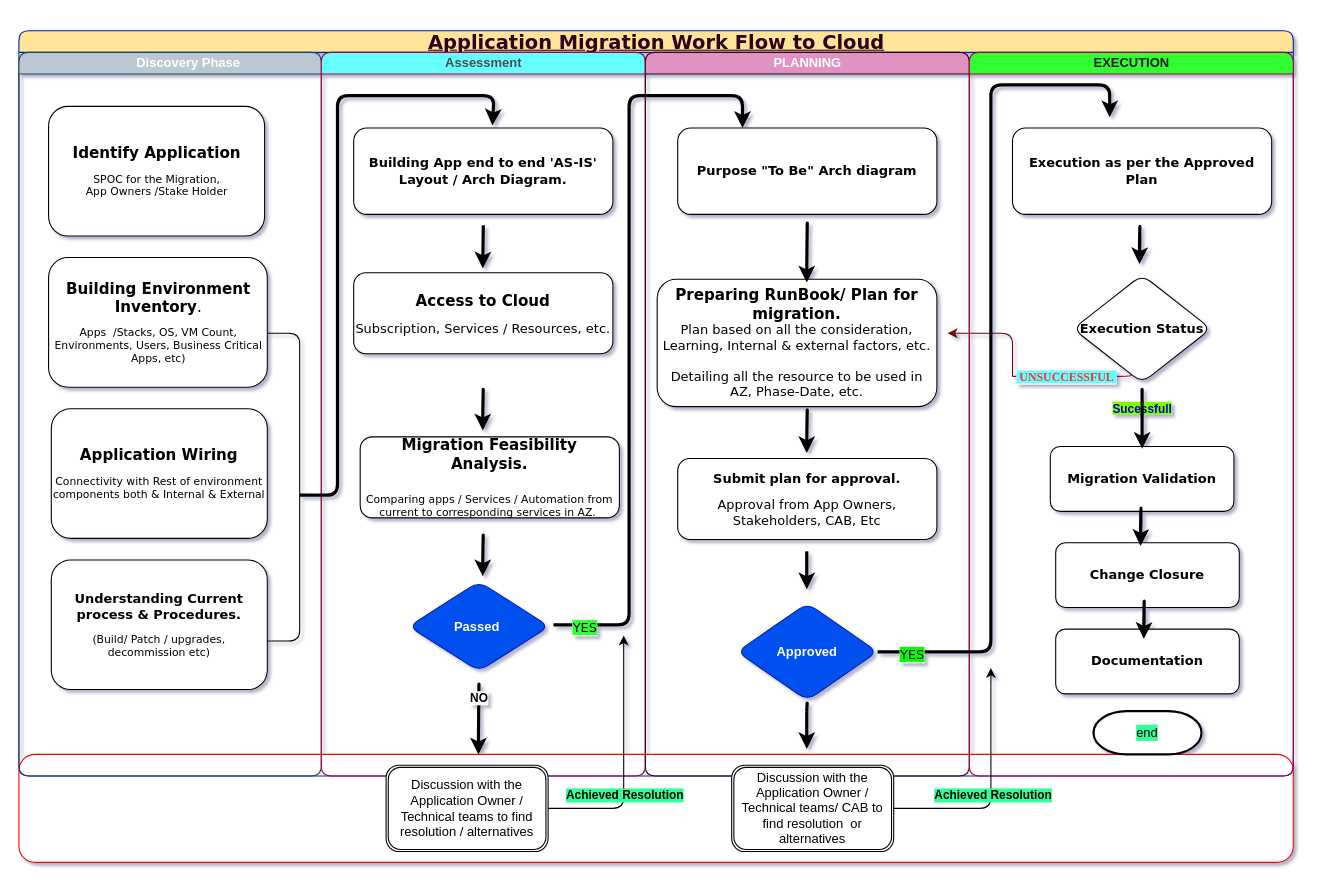
Above: 4 Phase Migration.drawio in chickoo213/resume (draw.io), before the change. Source tidied: cells renumbered, new cells numbered last; positions are measured from the earlier drawing's top-left corner, leaving out a move shared by most shapes. Both pictures are drawn from the tidied source at 108%, with x=0, y=0 at pixel (18, 30).
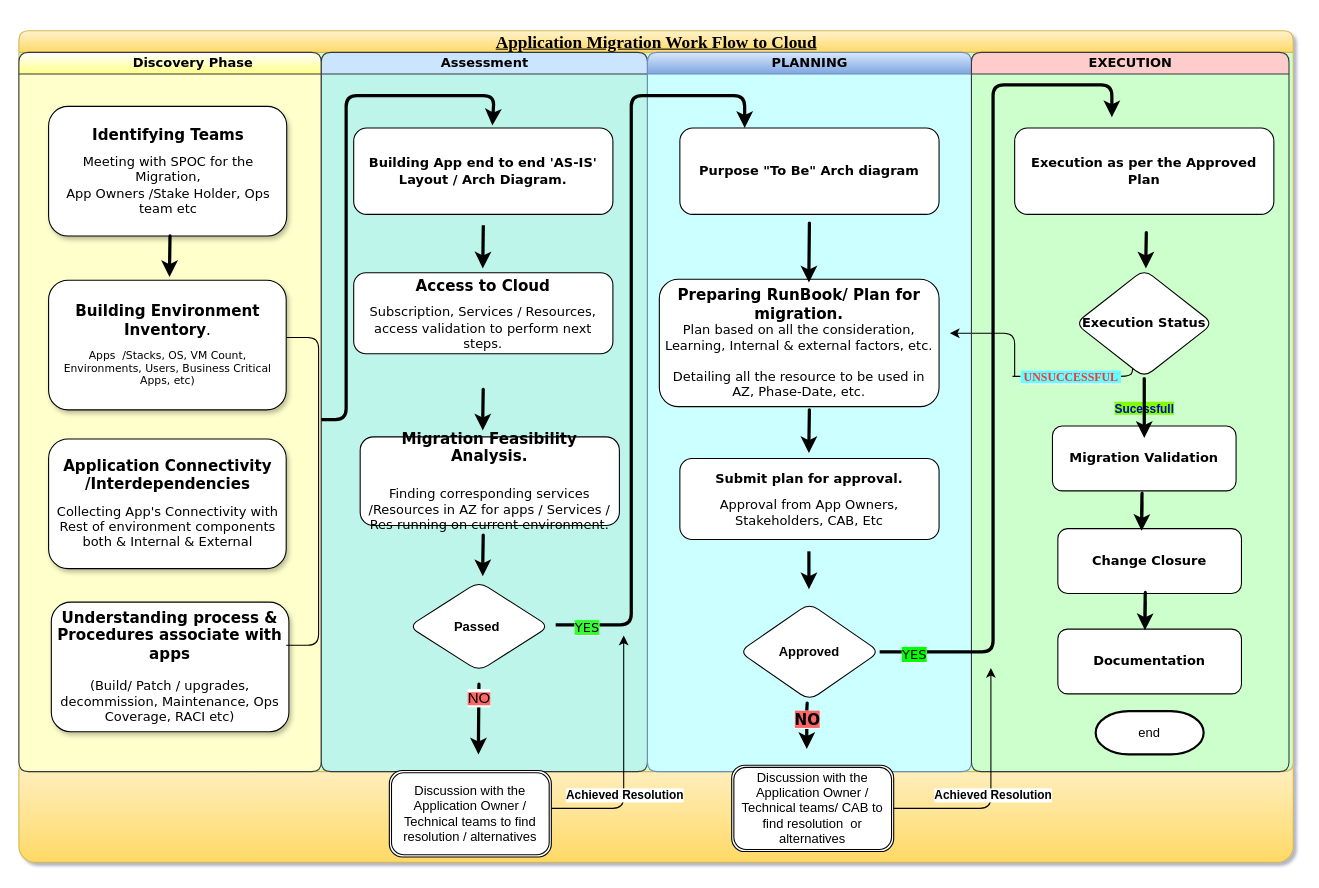
Above is the later version.

Commit message:
Colored background

The change refers to these unchanged cells:
```xml
<mxCell id="14" style="endArrow=classic;html=1;strokeWidth=3;" parent="11" edge="1">
  <mxGeometry relative="1" as="geometry">
    <mxPoint x="145.5" y="640" as="sourcePoint" />
    <mxPoint x="145.5" y="650" as="targetPoint" />
    <Array as="points">
      <mxPoint x="146" y="580" />
      <mxPoint x="145.5" y="640" />
    </Array>
  </mxGeometry>
</mxCell>
<mxCell id="16" value="&lt;b&gt;&lt;font style=&quot;font-size: 12px&quot;&gt;Building App end to end 'AS-IS' Layout / Arch Diagram.&lt;/font&gt;&lt;/b&gt;" style="whiteSpace=wrap;html=1;shadow=0;labelBackgroundColor=none;strokeWidth=1;fontFamily=Verdana;fontSize=8;align=center;rounded=1;" parent="11" vertex="1">
  <mxGeometry x="30" y="70" width="240" height="80" as="geometry" />
</mxCell>
<mxCell id="18" style="edgeStyle=segmentEdgeStyle;endArrow=classic;html=1;labelBorderColor=#33FF99;" parent="11" edge="1">
  <mxGeometry relative="1" as="geometry">
    <mxPoint x="200" y="710" as="sourcePoint" />
    <mxPoint x="280" y="540" as="targetPoint" />
    <Array as="points">
      <mxPoint x="200" y="700" />
      <mxPoint x="280" y="700" />
    </Array>
  </mxGeometry>
</mxCell>
<mxCell id="49" style="edgeStyle=segmentEdgeStyle;endArrow=classic;html=1;" parent="1" edge="1">
  <mxGeometry relative="1" as="geometry">
    <mxPoint x="800" y="730" as="sourcePoint" />
    <mxPoint x="900" y="590" as="targetPoint" />
    <Array as="points">
      <mxPoint x="800" y="720" />
      <mxPoint x="900" y="720" />
    </Array>
  </mxGeometry>
</mxCell>
```

Change to the diagram source:
```diff
@@
-<mxGraphModel background="#ffffff" shadow="1">
+<mxGraphModel background="#FFFFFF" shadow="1">
@@
-    <mxCell id="2" style="whiteSpace=wrap;html=1;strokeColor=#FF0000;rounded=1;" parent="1" vertex="1">
+    <mxCell id="2" style="whiteSpace=wrap;html=1;rounded=1;fillColor=#fff2cc;strokeColor=#d6b656;gradientColor=#ffd966;" parent="1" vertex="1">
       <mxGeometry y="670" width="1180" height="100" as="geometry" />
     </mxCell>
@@
-    <mxCell id="4" value="&lt;h1&gt;&lt;font style=&quot;font-size: 18px&quot;&gt;&lt;u&gt;Application Migration Work Flow to Cloud&lt;/u&gt;&lt;/font&gt;&lt;/h1&gt;" style="swimlane;html=1;startSize=20;shadow=0;labelBackgroundColor=none;strokeWidth=1;fontFamily=Verdana;fontSize=8;align=center;strokeColor=#001DBC;rounded=1;fillColor=#FFE599;fontColor=#33001A;" parent="1" vertex="1">
-      <mxGeometry width="1180" height="690" as="geometry" />
+    <mxCell id="4" value="&lt;h1 style=&quot;font-size: 16px;&quot;&gt;&lt;font style=&quot;font-size: 16px;&quot;&gt;&lt;u style=&quot;font-size: 16px;&quot;&gt;Application Migration Work Flow to Cloud&lt;/u&gt;&lt;/font&gt;&lt;/h1&gt;" style="swimlane;html=1;startSize=20;shadow=0;labelBackgroundColor=none;strokeWidth=1;fontFamily=Garamond;fontSize=16;align=center;rounded=1;gradientColor=#ffd966;fillColor=#fff2cc;strokeColor=#d6b656;verticalAlign=middle;swimlaneFillColor=#CCFFCC;" parent="1" vertex="1">
+      <mxGeometry width="1180" height="686" as="geometry" />
     </mxCell>
-    <mxCell id="5" value="&amp;nbsp; &amp;nbsp; &amp;nbsp; &amp;nbsp; &amp;nbsp; Discovery Phase" style="swimlane;html=1;startSize=20;align=center;fillColor=#bac8d3;labelBackgroundColor=none;rounded=1;strokeColor=#23445d;fontColor=#FFFFFF;" parent="4" vertex="1">
-      <mxGeometry y="20" width="280" height="670" as="geometry" />
+    <mxCell id="5" value="&amp;nbsp; &amp;nbsp; &amp;nbsp; &amp;nbsp; &amp;nbsp; Discovery Phase" style="swimlane;html=1;startSize=20;align=center;labelBackgroundColor=none;rounded=1;fillColor=#ffff88;strokeColor=#36393d;fontFamily=Verdana;gradientColor=#ffffff;gradientDirection=north;swimlaneFillColor=#FFFFCC;" parent="4" vertex="1">
+      <mxGeometry y="20" width="280" height="666" as="geometry" />
     </mxCell>
+    <mxCell id="9" value="&lt;b&gt;&lt;font style=&quot;font-size: 14px&quot;&gt;Understanding process &amp;amp; Procedures associate with apps&lt;/font&gt;&lt;font style=&quot;font-size: 12px&quot;&gt;&lt;br&gt;&lt;/font&gt;&lt;/b&gt;&lt;font style=&quot;font-size: 12px&quot;&gt;&lt;br&gt;&lt;font&gt;(Build/ Patch / upgrades, decommission, Maintenance, Ops Coverage, RACI etc)&lt;/font&gt;&lt;/font&gt;" style="whiteSpace=wrap;html=1;shadow=1;labelBackgroundColor=none;strokeWidth=1;fontFamily=Verdana;fontSize=8;align=center;rounded=1;" parent="5" vertex="1">
+      <mxGeometry x="30" y="509" width="220" height="120" as="geometry" />
+    </mxCell>
+    <mxCell id="8" value="&lt;font&gt;&lt;b&gt;&lt;font style=&quot;font-size: 14px&quot;&gt;Identifying Teams&lt;br&gt;&lt;/font&gt;&lt;br&gt;&lt;/b&gt;&lt;font style=&quot;font-size: 12px&quot;&gt;&lt;font&gt;Meeting with SPOC for the Migration,&lt;br&gt;&lt;/font&gt;&lt;font&gt;App Owners /Stake Holder, Ops team etc&lt;/font&gt;&lt;/font&gt;&lt;/font&gt;" style="whiteSpace=wrap;html=1;shadow=1;labelBackgroundColor=none;strokeWidth=1;fontFamily=Verdana;fontSize=8;align=center;rounded=1;" parent="5" vertex="1">
+      <mxGeometry x="27.5" y="50" width="220.5" height="120" as="geometry" />
+    </mxCell>
-    <mxCell id="6" value="&lt;b&gt;&lt;font style=&quot;font-size: 14px&quot;&gt;Application Wiring &lt;br&gt;&lt;/font&gt;&lt;/b&gt;&lt;br&gt;&lt;font style=&quot;font-size: 10px&quot;&gt;Connectivity with Rest of environment components both &amp;amp;&amp;nbsp;Internal &amp;amp; External&lt;/font&gt;" style="whiteSpace=wrap;html=1;shadow=0;labelBackgroundColor=none;strokeWidth=1;fontFamily=Verdana;fontSize=8;align=center;rounded=1;" parent="5" vertex="1">
-      <mxGeometry x="30" y="330" width="200" height="120" as="geometry" />
+    <mxCell id="6" value="&lt;b&gt;&lt;font style=&quot;font-size: 14px&quot;&gt;Application Connectivity /Interdependencies&lt;br&gt;&lt;/font&gt;&lt;/b&gt;&lt;br&gt;&lt;font style=&quot;font-size: 12px&quot;&gt;Collecting App's Connectivity with Rest of environment components both &amp;amp;&amp;nbsp;Internal &amp;amp; External&lt;/font&gt;" style="whiteSpace=wrap;html=1;shadow=1;labelBackgroundColor=none;strokeWidth=1;fontFamily=Verdana;fontSize=8;align=center;rounded=1;" parent="5" vertex="1">
+      <mxGeometry x="27.5" y="358" width="220" height="120" as="geometry" />
     </mxCell>
-    <mxCell id="7" value="&lt;font style=&quot;font-size: 14px&quot;&gt;&lt;b&gt;Building Environment Inventory&lt;/b&gt;.&lt;br&gt;&lt;/font&gt;&lt;br&gt;&lt;font style=&quot;font-size: 10px&quot;&gt;Apps&amp;nbsp; /Stacks, OS, VM Count, Environments, Users, Business Critical Apps, etc)&lt;/font&gt;" style="whiteSpace=wrap;html=1;shadow=0;labelBackgroundColor=none;strokeWidth=1;fontFamily=Verdana;fontSize=8;align=center;rounded=1;" parent="5" vertex="1">
-      <mxGeometry x="27.5" y="190" width="202.5" height="120" as="geometry" />
+    <mxCell id="7" value="&lt;font style=&quot;font-size: 14px&quot;&gt;&lt;b&gt;Building Environment Inventory&lt;/b&gt;.&lt;br&gt;&lt;/font&gt;&lt;br&gt;&lt;font style=&quot;font-size: 10px&quot;&gt;Apps&amp;nbsp; /Stacks, OS, VM Count, Environments, Users, Business Critical Apps, etc)&lt;/font&gt;" style="whiteSpace=wrap;html=1;shadow=1;labelBackgroundColor=none;strokeWidth=1;fontFamily=Verdana;fontSize=8;align=center;rounded=1;" parent="5" vertex="1">
+      <mxGeometry x="27.5" y="211" width="220" height="120" as="geometry" />
     </mxCell>
-    <mxCell id="8" value="&lt;font&gt;&lt;b&gt;&lt;font style=&quot;font-size: 14px&quot;&gt;Identify Application&lt;br&gt;&lt;/font&gt;&lt;br&gt;&lt;/b&gt;&lt;font style=&quot;font-size: 10px&quot;&gt;SPOC for the Migration,&lt;br&gt;&lt;/font&gt;&lt;font style=&quot;font-size: 10px&quot;&gt;App Owners /Stake Holder&lt;/font&gt;&lt;/font&gt;" style="whiteSpace=wrap;html=1;shadow=0;labelBackgroundColor=none;strokeWidth=1;fontFamily=Verdana;fontSize=8;align=center;rounded=1;" parent="5" vertex="1">
-      <mxGeometry x="27.5" y="50" width="200" height="120" as="geometry" />
-    </mxCell>
-    <mxCell id="9" value="&lt;b&gt;&lt;font style=&quot;font-size: 12px&quot;&gt;Understanding Current process &amp;amp; Procedures.&lt;br&gt;&lt;/font&gt;&lt;/b&gt;&lt;br&gt;&lt;font style=&quot;font-size: 10px&quot;&gt;(Build/ Patch / upgrades, decommission etc)&lt;/font&gt;" style="whiteSpace=wrap;html=1;shadow=0;labelBackgroundColor=none;strokeWidth=1;fontFamily=Verdana;fontSize=8;align=center;rounded=1;" parent="5" vertex="1">
-      <mxGeometry x="30" y="470" width="200" height="120" as="geometry" />
-    </mxCell>
     <mxCell id="10" style="shape=curlyBracket;whiteSpace=wrap;html=1;size=0;rotation=-180;rounded=1;" parent="5" vertex="1">
-      <mxGeometry x="230" y="260" width="30" height="285" as="geometry" />
+      <mxGeometry x="247.5" y="264" width="30" height="285" as="geometry" />
     </mxCell>
-    <mxCell id="11" value="Assessment" style="swimlane;html=1;startSize=20;align=center;strokeColor=#A50040;rounded=1;fillColor=#66FFFF;fontColor=#4D4D4D;" parent="4" vertex="1">
-      <mxGeometry x="280" y="20" width="300" height="670" as="geometry" />
+    <mxCell id="11" value="Assessment" style="swimlane;html=1;startSize=20;align=center;rounded=1;fillColor=#cce5ff;strokeColor=#36393d;fontFamily=Verdana;swimlaneFillColor=#BDF5EB;" parent="4" vertex="1">
+      <mxGeometry x="280" y="20" width="302" height="666" as="geometry" />
     </mxCell>
     <mxCell id="12" style="endArrow=classic;html=1;strokeWidth=3;entryX=0.535;entryY=-0.03;entryDx=0;entryDy=0;entryPerimeter=0;" parent="11" edge="1" target="16">
       <mxGeometry relative="1" as="geometry">
-        <mxPoint x="-20" y="410" as="sourcePoint" />
+        <mxPoint y="340" as="sourcePoint" />
         <Array as="points">
-          <mxPoint x="15" y="410" />
-          <mxPoint x="15" y="40" />
+          <mxPoint x="23" y="340" />
+          <mxPoint x="23" y="40" />
           <mxPoint x="160" y="40" />
         </Array>
       </mxGeometry>
     </mxCell>
@@
-    <mxCell id="15" value="&lt;b&gt;NO&lt;/b&gt;" style="edgeLabel;html=1;align=center;verticalAlign=middle;rounded=1;" parent="14" vertex="1">
+    <mxCell id="15" value="&lt;span style=&quot;background-color: rgb(255 , 102 , 102)&quot;&gt;&lt;font style=&quot;font-size: 14px&quot;&gt;NO&lt;/font&gt;&lt;/span&gt;" style="edgeLabel;html=1;align=center;verticalAlign=middle;rounded=1;" parent="14" vertex="1">
       <mxGeometry x="-0.34" relative="1" as="geometry" />
     </mxCell>
@@
-    <mxCell id="19" value="&lt;b&gt;Achieved Resolution&lt;/b&gt;" style="edgeLabel;html=1;align=center;verticalAlign=middle;labelBackgroundColor=#33FF99;rounded=1;" parent="18" vertex="1">
+    <mxCell id="19" value="&lt;b&gt;Achieved Resolution&lt;/b&gt;" style="edgeLabel;html=1;align=center;verticalAlign=middle;rounded=1;" parent="18" vertex="1">
       <mxGeometry x="-0.44" relative="1" as="geometry">
         <mxPoint x="20" y="-13" as="offset" />
       </mxGeometry>
     </mxCell>
-    <mxCell id="20" value="&lt;b&gt;Passed&amp;nbsp;&lt;/b&gt;" style="rhombus;whiteSpace=wrap;html=1;strokeColor=#001DBC;fillColor=#0050ef;fontColor=#ffffff;rounded=1;" parent="11" vertex="1">
+    <mxCell id="20" value="&lt;b&gt;Passed&amp;nbsp;&lt;/b&gt;" style="rhombus;whiteSpace=wrap;html=1;rounded=1;" parent="11" vertex="1">
       <mxGeometry x="81" y="490" width="130" height="83" as="geometry" />
     </mxCell>
-    <mxCell id="21" value="&lt;font style=&quot;font-size: 14px&quot;&gt;&lt;b&gt;Migration Feasibility Analysis.&lt;/b&gt;&lt;br&gt;&lt;/font&gt;&lt;br&gt;&lt;br&gt;&lt;font style=&quot;font-size: 10px&quot;&gt;Comparing apps / Services / Automation from current to corresponding services in AZ.&amp;nbsp;&lt;/font&gt;" style="whiteSpace=wrap;html=1;shadow=0;labelBackgroundColor=none;strokeWidth=1;fontFamily=Verdana;fontSize=8;align=center;rounded=1;" parent="11" vertex="1">
-      <mxGeometry x="36" y="356" width="240" height="75" as="geometry" />
+    <mxCell id="21" value="&lt;font style=&quot;font-size: 14px&quot;&gt;&lt;b&gt;Migration Feasibility Analysis.&lt;/b&gt;&lt;br&gt;&lt;/font&gt;&lt;br&gt;&lt;br&gt;&lt;font style=&quot;font-size: 12px&quot;&gt;Finding corresponding services /Resources in AZ for&amp;nbsp;apps / Services / Res running on current environment.&lt;/font&gt;" style="whiteSpace=wrap;html=1;shadow=0;labelBackgroundColor=none;strokeWidth=1;fontFamily=Verdana;fontSize=8;align=center;rounded=1;" parent="11" vertex="1">
+      <mxGeometry x="36" y="356" width="240" height="82" as="geometry" />
     </mxCell>
-    <mxCell id="22" value="&lt;font&gt;&lt;font style=&quot;font-size: 14px&quot;&gt;&lt;b&gt;Access to Cloud&lt;/b&gt;&lt;br&gt;&lt;/font&gt;&lt;br&gt;&lt;span style=&quot;font-size: 12px&quot;&gt;Subscription, Services / Resources, etc.&lt;/span&gt;&lt;br&gt;&lt;/font&gt;" style="whiteSpace=wrap;html=1;shadow=0;labelBackgroundColor=none;strokeWidth=1;fontFamily=Verdana;fontSize=8;align=center;rounded=1;" parent="11" vertex="1">
+    <mxCell id="22" value="&lt;font&gt;&lt;font style=&quot;font-size: 14px&quot;&gt;&lt;b&gt;Access to Cloud&lt;/b&gt;&lt;br&gt;&lt;/font&gt;&lt;br&gt;&lt;span style=&quot;font-size: 12px&quot;&gt;Subscription, Services / Resources, access validation to perform next steps.&lt;/span&gt;&lt;br&gt;&lt;/font&gt;" style="whiteSpace=wrap;html=1;shadow=0;labelBackgroundColor=none;strokeWidth=1;fontFamily=Verdana;fontSize=8;align=center;rounded=1;" parent="11" vertex="1">
       <mxGeometry x="30" y="204" width="240" height="75" as="geometry" />
     </mxCell>
-    <mxCell id="23" value="PLANNING" style="swimlane;html=1;startSize=20;align=center;fontColor=#ffffff;strokeColor=#33001A;rounded=1;fillColor=#E092C1;" parent="4" vertex="1">
-      <mxGeometry x="580" y="20" width="300" height="670" as="geometry" />
+    <mxCell id="23" value="PLANNING" style="swimlane;html=1;startSize=20;align=center;rounded=1;gradientColor=#7ea6e0;fillColor=#dae8fc;strokeColor=#6c8ebf;fontFamily=Verdana;swimlaneFillColor=#CCFFFF;" parent="4" vertex="1">
+      <mxGeometry x="582" y="20" width="300" height="666" as="geometry" />
     </mxCell>
@@
-    <mxCell id="31" style="edgeStyle=elbowEdgeStyle;elbow=vertical;endArrow=classic;html=1;fontStyle=1;fillColor=#a20025;strokeColor=#6F0000;jumpSize=10;" parent="23" edge="1">
+    <mxCell id="31" style="edgeStyle=elbowEdgeStyle;elbow=vertical;endArrow=classic;html=1;fontStyle=1;jumpSize=10;" parent="23" edge="1">
       <mxGeometry relative="1" as="geometry">
         <mxPoint x="340" y="300" as="sourcePoint" />
         <mxPoint x="280" y="260" as="targetPoint" />
         <Array as="points">
           <mxPoint x="350" y="260" />
           <mxPoint x="310" y="180" />
           <mxPoint x="333.2" y="230" />
           <mxPoint x="333.2" y="220" />
         </Array>
       </mxGeometry>
     </mxCell>
@@
-    <mxCell id="33" value="&lt;b&gt;Approved&lt;/b&gt;" style="rhombus;whiteSpace=wrap;html=1;strokeColor=#001DBC;fillColor=#0050ef;fontColor=#ffffff;rounded=1;" parent="23" vertex="1">
+    <mxCell id="33" value="&lt;b&gt;Approved&lt;/b&gt;" style="rhombus;whiteSpace=wrap;html=1;rounded=1;" parent="23" vertex="1">
       <mxGeometry x="85" y="510" width="130" height="90" as="geometry" />
     </mxCell>
-    <mxCell id="34" value="EXECUTION" style="swimlane;html=1;startSize=20;align=center;strokeColor=#A50040;rounded=1;fillColor=#33FF33;fontColor=#1A1A1A;" parent="4" vertex="1">
-      <mxGeometry x="880" y="20" width="300" height="670" as="geometry" />
+    <mxCell id="34" value="EXECUTION" style="swimlane;html=1;startSize=20;align=center;rounded=1;fillColor=#ffcccc;strokeColor=#36393d;fontFamily=Verdana;" parent="4" vertex="1">
+      <mxGeometry x="882" y="20" width="294" height="666" as="geometry" />
     </mxCell>
@@
-    <mxCell id="37" value="end" style="strokeWidth=2;html=1;shape=mxgraph.flowchart.terminator;whiteSpace=wrap;labelBackgroundColor=#33FF99;rounded=1;" parent="34" vertex="1">
+    <mxCell id="37" value="end" style="strokeWidth=2;html=1;shape=mxgraph.flowchart.terminator;whiteSpace=wrap;rounded=1;" parent="34" vertex="1">
       <mxGeometry x="115" y="610" width="100" height="40" as="geometry" />
     </mxCell>
@@
     <mxCell id="39" value="&lt;span style=&quot;font-size: 12px&quot;&gt;&lt;b&gt;Migration Validation&lt;br&gt;&lt;/b&gt;&lt;/span&gt;" style="whiteSpace=wrap;html=1;shadow=0;labelBackgroundColor=none;strokeWidth=1;fontFamily=Verdana;fontSize=8;align=center;rounded=1;" parent="34" vertex="1">
-      <mxGeometry x="75" y="365" width="170" height="60" as="geometry" />
+      <mxGeometry x="75" y="346" width="170" height="60" as="geometry" />
     </mxCell>
@@
     <mxCell id="41" value="&lt;font style=&quot;font-size: 12px&quot;&gt;&lt;b&gt;Execution Status&lt;/b&gt;&lt;/font&gt;" style="rhombus;whiteSpace=wrap;html=1;shadow=0;labelBackgroundColor=none;strokeWidth=1;fontFamily=Verdana;fontSize=8;align=center;rounded=1;" parent="34" vertex="1">
-      <mxGeometry x="96.2" y="206" width="127.5" height="100" as="geometry" />
+      <mxGeometry x="96.2" y="201" width="127.5" height="100" as="geometry" />
     </mxCell>
@@
     <mxCell id="43" style="endArrow=classic;html=1;strokeWidth=3;" parent="34" edge="1">
       <mxGeometry relative="1" as="geometry">
-        <mxPoint x="160" y="327" as="sourcePoint" />
-        <mxPoint x="160" y="367" as="targetPoint" />
+        <mxPoint x="160" y="317" as="sourcePoint" />
+        <mxPoint x="160" y="357" as="targetPoint" />
         <Array as="points">
-          <mxPoint x="160" y="307" />
-          <mxPoint x="160" y="328" />
+          <mxPoint x="160" y="297" />
+          <mxPoint x="160" y="318" />
         </Array>
       </mxGeometry>
     </mxCell>
     <mxCell id="44" value="&lt;span style=&quot;font-size: 12px&quot;&gt;&lt;b&gt;Change Closure&lt;br&gt;&lt;/b&gt;&lt;/span&gt;" style="whiteSpace=wrap;html=1;shadow=0;labelBackgroundColor=none;strokeWidth=1;fontFamily=Verdana;fontSize=8;align=center;rounded=1;" parent="34" vertex="1">
-      <mxGeometry x="80" y="454" width="170" height="60" as="geometry" />
+      <mxGeometry x="80" y="441" width="170" height="60" as="geometry" />
     </mxCell>
-    <mxCell id="45" style="endArrow=none;html=1;fillColor=#d80073;strokeColor=#A50040;startSize=10;endSize=10;exitX=0.417;exitY=0.916;exitDx=0;exitDy=0;exitPerimeter=0;" parent="1" edge="1" source="41">
+    <mxCell id="45" style="endArrow=none;html=1;startSize=10;endSize=10;exitX=0.417;exitY=0.916;exitDx=0;exitDy=0;exitPerimeter=0;" parent="1" edge="1" source="41">
       <mxGeometry relative="1" as="geometry">
         <mxPoint x="920" y="320" as="targetPoint" />
         <Array as="points">
           <mxPoint x="1030" y="320" />
           <mxPoint x="940" y="320" />
         </Array>
       </mxGeometry>
     </mxCell>
@@
     <mxCell id="48" value="Discussion with the Application Owner / Technical teams to find resolution / alternatives" style="shape=ext;double=1;whiteSpace=wrap;html=1;rounded=1;" parent="1" vertex="1">
-      <mxGeometry x="340" y="680" width="150" height="80" as="geometry" />
+      <mxGeometry x="343" y="685" width="150" height="80" as="geometry" />
     </mxCell>
@@
-    <mxCell id="50" value="&lt;b&gt;Achieved Resolution&lt;/b&gt;" style="edgeLabel;html=1;align=center;verticalAlign=middle;labelBackgroundColor=#33FF99;rounded=1;" parent="49" vertex="1">
+    <mxCell id="50" value="&lt;b&gt;Achieved Resolution&lt;/b&gt;" style="edgeLabel;html=1;align=center;verticalAlign=middle;rounded=1;" parent="49" vertex="1">
       <mxGeometry x="-0.44" relative="1" as="geometry">
         <mxPoint x="44.3" y="-13" as="offset" />
       </mxGeometry>
     </mxCell>
@@
-    <mxCell id="52" style="endArrow=classic;html=1;strokeWidth=3;" parent="1" edge="1">
+    <mxCell id="52" value="&lt;font face=&quot;Verdana&quot; style=&quot;font-size: 14px&quot;&gt;&lt;b style=&quot;background-color: rgb(255 , 102 , 102)&quot;&gt;NO&lt;/b&gt;&lt;/font&gt;" style="endArrow=classic;html=1;strokeWidth=3;" parent="1" edge="1">
       <mxGeometry relative="1" as="geometry">
         <mxPoint x="729.5" y="630" as="sourcePoint" />
         <mxPoint x="729.5" y="665" as="targetPoint" />
         <Array as="points">
           <mxPoint x="730" y="620" />
           <mxPoint x="729.5" y="630" />
         </Array>
       </mxGeometry>
     </mxCell>
     <mxCell id="53" style="endArrow=classic;html=1;strokeWidth=3;" parent="1" edge="1">
       <mxGeometry relative="1" as="geometry">
-        <mxPoint x="1038.6" y="467" as="sourcePoint" />
-        <mxPoint x="1038.6" y="477" as="targetPoint" />
+        <mxPoint x="1039.6" y="453" as="sourcePoint" />
+        <mxPoint x="1039.6" y="463" as="targetPoint" />
         <Array as="points">
-          <mxPoint x="1039" y="437" />
-          <mxPoint x="1038.5" y="467" />
-          <mxPoint x="1039" y="447" />
+          <mxPoint x="1040" y="423" />
+          <mxPoint x="1039.5" y="453" />
+          <mxPoint x="1040" y="433" />
         </Array>
       </mxGeometry>
     </mxCell>
     <mxCell id="54" style="endArrow=classic;html=1;strokeWidth=3;" parent="1" edge="1">
       <mxGeometry relative="1" as="geometry">
-        <mxPoint x="1041.6" y="553" as="sourcePoint" />
-        <mxPoint x="1041.6" y="563" as="targetPoint" />
+        <mxPoint x="1042.6" y="545" as="sourcePoint" />
+        <mxPoint x="1042.6" y="555" as="targetPoint" />
         <Array as="points">
-          <mxPoint x="1042" y="523" />
-          <mxPoint x="1041.5" y="553" />
-          <mxPoint x="1042" y="533" />
+          <mxPoint x="1043" y="515" />
+          <mxPoint x="1042.5" y="545" />
+          <mxPoint x="1043" y="525" />
         </Array>
       </mxGeometry>
     </mxCell>
@@
+    <mxCell id="56" style="endArrow=classic;html=1;strokeWidth=3;" parent="1" edge="1">
+      <mxGeometry relative="1" as="geometry">
+        <mxPoint x="139.5" y="218" as="sourcePoint" />
+        <mxPoint x="139.5" y="228" as="targetPoint" />
+        <Array as="points">
+          <mxPoint x="140" y="185" />
+          <mxPoint x="139.5" y="218" />
+        </Array>
+      </mxGeometry>
+    </mxCell>
+    <mxCell id="57" style="endArrow=classic;html=1;strokeWidth=3;" parent="1" edge="1">
+      <mxGeometry relative="1" as="geometry">
+        <mxPoint x="1043.5" y="210" as="sourcePoint" />
+        <mxPoint x="1043.5" y="220" as="targetPoint" />
+        <Array as="points">
+          <mxPoint x="1044" y="182" />
+          <mxPoint x="1043.5" y="210" />
+        </Array>
+      </mxGeometry>
+    </mxCell>
```
